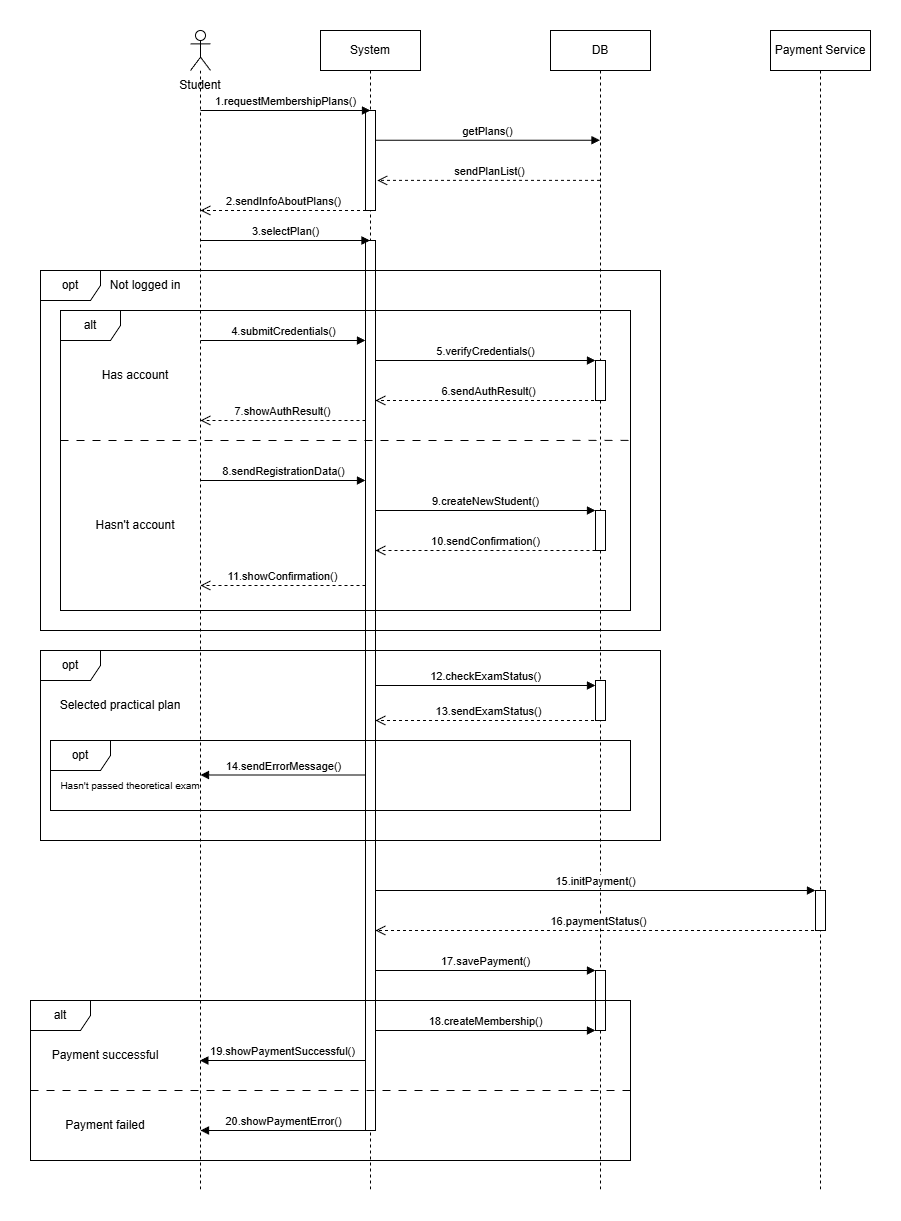
Earlier version of the draw.io export Lab 3/Sequence diagram.png (KyryloBB/Software-engineering-components). Source tidied: cells renumbered, new cells last; positions are measured from the earlier drawing's top-left corner, leaving out a move shared by most shapes.
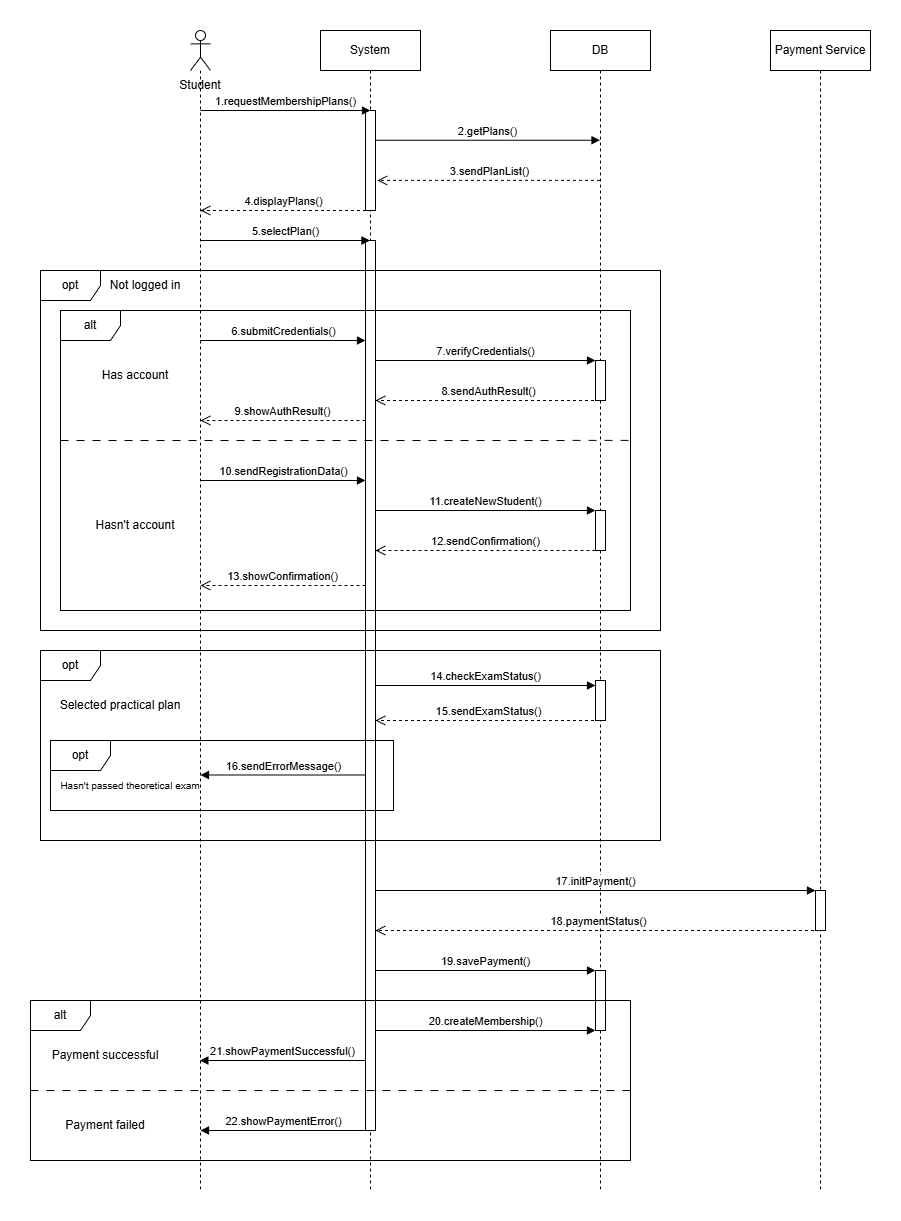
Above is the later version.

Commit message:
arranged sequence diagram

Diff of the diagram source:
```diff
@@ -38,13 +38,13 @@
         </Array>
       </mxGeometry>
     </mxCell>
-    <mxCell id="12" value="2.sendInfoAboutPlans()" style="html=1;verticalAlign=bottom;endArrow=open;dashed=1;endSize=8;curved=0;rounded=0;" parent="1" edge="1">
+    <mxCell id="12" value="4.displayPlans()" style="html=1;verticalAlign=bottom;endArrow=open;dashed=1;endSize=8;curved=0;rounded=0;" parent="1" edge="1">
       <mxGeometry relative="1" as="geometry">
         <mxPoint x="335.5" y="180" as="sourcePoint" />
         <mxPoint x="170" y="180" as="targetPoint" />
       </mxGeometry>
     </mxCell>
-    <mxCell id="13" value="3.selectPlan()" style="html=1;verticalAlign=bottom;endArrow=block;curved=0;rounded=0;" parent="1" edge="1">
+    <mxCell id="13" value="5.selectPlan()" style="html=1;verticalAlign=bottom;endArrow=block;curved=0;rounded=0;" parent="1" edge="1">
       <mxGeometry relative="1" as="geometry">
         <mxPoint x="170" y="210" as="sourcePoint" />
         <mxPoint x="339.5" y="210" as="targetPoint" />
@@ -65,7 +65,7 @@
     <mxCell id="18" value="Has account" style="text;html=1;whiteSpace=wrap;strokeColor=none;fillColor=none;align=center;verticalAlign=middle;rounded=0;" parent="1" vertex="1">
       <mxGeometry x="60" y="330" width="90" height="30" as="geometry" />
     </mxCell>
-    <mxCell id="19" value="4.submitCredentials()" style="html=1;verticalAlign=bottom;endArrow=block;curved=0;rounded=0;" parent="1" edge="1" target="5">
+    <mxCell id="19" value="6.submitCredentials()" style="html=1;verticalAlign=bottom;endArrow=block;curved=0;rounded=0;" parent="1" edge="1" target="5">
       <mxGeometry relative="1" as="geometry">
         <mxPoint x="170" y="310" as="sourcePoint" />
         <Array as="points">
@@ -73,7 +73,7 @@
         </Array>
       </mxGeometry>
     </mxCell>
-    <mxCell id="20" value="5.verifyCredentials()" style="html=1;verticalAlign=bottom;endArrow=block;curved=0;rounded=0;" parent="1" edge="1" source="5">
+    <mxCell id="20" value="7.verifyCredentials()" style="html=1;verticalAlign=bottom;endArrow=block;curved=0;rounded=0;" parent="1" edge="1" source="5">
       <mxGeometry relative="1" as="geometry">
         <mxPoint x="565" y="330" as="targetPoint" />
         <Array as="points">
@@ -81,7 +81,7 @@
         </Array>
       </mxGeometry>
     </mxCell>
-    <mxCell id="21" value="6.sendAuthResult()" style="html=1;verticalAlign=bottom;endArrow=open;dashed=1;endSize=8;curved=0;rounded=0;" parent="1" edge="1" target="5">
+    <mxCell id="21" value="8.sendAuthResult()" style="html=1;verticalAlign=bottom;endArrow=open;dashed=1;endSize=8;curved=0;rounded=0;" parent="1" edge="1" target="5">
       <mxGeometry relative="1" as="geometry">
         <mxPoint x="569.5" y="370" as="sourcePoint" />
         <Array as="points">
@@ -97,22 +97,22 @@
         </Array>
       </mxGeometry>
     </mxCell>
-    <mxCell id="23" value="8.sendRegistrationData()" style="html=1;verticalAlign=bottom;endArrow=block;curved=0;rounded=0;" parent="1" edge="1" target="5">
+    <mxCell id="23" value="10.sendRegistrationData()" style="html=1;verticalAlign=bottom;endArrow=block;curved=0;rounded=0;" parent="1" edge="1" target="5">
       <mxGeometry relative="1" as="geometry">
         <mxPoint x="170" y="450" as="sourcePoint" />
       </mxGeometry>
     </mxCell>
-    <mxCell id="24" value="10.sendConfirmation()" style="html=1;verticalAlign=bottom;endArrow=open;dashed=1;endSize=8;curved=0;rounded=0;" parent="1" edge="1" target="5">
+    <mxCell id="24" value="12.sendConfirmation()" style="html=1;verticalAlign=bottom;endArrow=open;dashed=1;endSize=8;curved=0;rounded=0;" parent="1" edge="1" target="5">
       <mxGeometry relative="1" as="geometry">
         <mxPoint x="565" y="520" as="sourcePoint" />
       </mxGeometry>
     </mxCell>
-    <mxCell id="25" value="7.showAuthResult()" style="html=1;verticalAlign=bottom;endArrow=open;dashed=1;endSize=8;curved=0;rounded=0;" parent="1" edge="1" source="5">
+    <mxCell id="25" value="9.showAuthResult()" style="html=1;verticalAlign=bottom;endArrow=open;dashed=1;endSize=8;curved=0;rounded=0;" parent="1" edge="1" source="5">
       <mxGeometry relative="1" as="geometry">
         <mxPoint x="170" y="390" as="targetPoint" />
       </mxGeometry>
     </mxCell>
-    <mxCell id="26" value="11.showConfirmation()" style="html=1;verticalAlign=bottom;endArrow=open;dashed=1;endSize=8;curved=0;rounded=0;" parent="1" edge="1" source="5">
+    <mxCell id="26" value="13.showConfirmation()" style="html=1;verticalAlign=bottom;endArrow=open;dashed=1;endSize=8;curved=0;rounded=0;" parent="1" edge="1" source="5">
       <mxGeometry relative="1" as="geometry">
         <mxPoint x="170" y="555" as="targetPoint" />
         <Array as="points">
@@ -129,10 +129,10 @@
     <mxCell id="29" value="Selected practical plan" style="text;html=1;whiteSpace=wrap;strokeColor=none;fillColor=none;align=center;verticalAlign=middle;rounded=0;" parent="1" vertex="1">
       <mxGeometry x="20" y="660" width="140" height="30" as="geometry" />
     </mxCell>
-    <mxCell id="30" value="12.checkExamStatus()" style="html=1;verticalAlign=bottom;endArrow=block;curved=0;rounded=0;" parent="1" edge="1" source="5" target="46">
+    <mxCell id="30" value="14.checkExamStatus()" style="html=1;verticalAlign=bottom;endArrow=block;curved=0;rounded=0;" parent="1" edge="1" source="5" target="46">
       <mxGeometry relative="1" as="geometry" />
     </mxCell>
-    <mxCell id="31" value="13.sendExamStatus()" style="html=1;verticalAlign=bottom;endArrow=open;dashed=1;endSize=8;curved=0;rounded=0;" parent="1" edge="1" target="5">
+    <mxCell id="31" value="15.sendExamStatus()" style="html=1;verticalAlign=bottom;endArrow=open;dashed=1;endSize=8;curved=0;rounded=0;" parent="1" edge="1" target="5">
       <mxGeometry relative="1" as="geometry">
         <mxPoint x="569.5" y="690" as="sourcePoint" />
       </mxGeometry>
@@ -140,15 +140,15 @@
     <mxCell id="32" value="&lt;font&gt;Hasn't passed theoretical exam&lt;/font&gt;" style="text;html=1;whiteSpace=wrap;strokeColor=none;fillColor=none;align=center;verticalAlign=middle;rounded=0;fontSize=10;" parent="1" vertex="1">
       <mxGeometry x="20" y="740" width="160" height="30" as="geometry" />
     </mxCell>
-    <mxCell id="33" value="15.initPayment()" style="html=1;verticalAlign=bottom;endArrow=block;curved=0;rounded=0;" parent="1" edge="1" source="5" target="7">
+    <mxCell id="33" value="17.initPayment()" style="html=1;verticalAlign=bottom;endArrow=block;curved=0;rounded=0;" parent="1" edge="1" source="5" target="7">
       <mxGeometry relative="1" as="geometry" />
     </mxCell>
-    <mxCell id="34" value="16.paymentStatus()" style="html=1;verticalAlign=bottom;endArrow=open;dashed=1;endSize=8;curved=0;rounded=0;" parent="1" edge="1" target="5">
+    <mxCell id="34" value="18.paymentStatus()" style="html=1;verticalAlign=bottom;endArrow=open;dashed=1;endSize=8;curved=0;rounded=0;" parent="1" edge="1" target="5">
       <mxGeometry relative="1" as="geometry">
         <mxPoint x="789.5" y="900" as="sourcePoint" />
       </mxGeometry>
     </mxCell>
-    <mxCell id="35" value="17.savePayment()" style="html=1;verticalAlign=bottom;endArrow=block;curved=0;rounded=0;" parent="1" edge="1" target="9">
+    <mxCell id="35" value="19.savePayment()" style="html=1;verticalAlign=bottom;endArrow=block;curved=0;rounded=0;" parent="1" edge="1" target="9">
       <mxGeometry relative="1" as="geometry">
         <mxPoint x="345" y="940" as="sourcePoint" />
       </mxGeometry>
@@ -156,17 +156,14 @@
     <mxCell id="36" value="alt" style="shape=umlFrame;whiteSpace=wrap;html=1;" parent="1" vertex="1">
       <mxGeometry y="970" width="600" height="160" as="geometry" />
     </mxCell>
-    <mxCell id="37" value="18.createMembership()" style="html=1;verticalAlign=bottom;endArrow=block;curved=0;rounded=0;" parent="1" edge="1" source="5">
+    <mxCell id="37" value="20.createMembership()" style="html=1;verticalAlign=bottom;endArrow=block;curved=0;rounded=0;" parent="1" edge="1" source="5">
       <mxGeometry relative="1" as="geometry">
         <mxPoint x="565" y="1000" as="targetPoint" />
       </mxGeometry>
     </mxCell>
-    <mxCell id="38" value="19.showPaymentSuccessful()" style="html=1;verticalAlign=bottom;endArrow=none;curved=0;rounded=0;startArrow=block;startFill=1;endFill=0;" parent="1" edge="1" target="5">
+    <mxCell id="38" value="21.showPaymentSuccessful()" style="html=1;verticalAlign=bottom;endArrow=none;curved=0;rounded=0;startArrow=block;startFill=1;endFill=0;" parent="1" edge="1" target="5">
       <mxGeometry relative="1" as="geometry">
         <mxPoint x="169.3" y="1030" as="sourcePoint" />
-        <Array as="points">
-          <mxPoint x="230" y="1030" />
-        </Array>
       </mxGeometry>
     </mxCell>
     <mxCell id="39" style="endArrow=none;dashed=1;html=1;rounded=0;startSize=6;jumpSize=6;dashPattern=8 8;" parent="1" edge="1">
@@ -178,7 +175,7 @@
         </Array>
       </mxGeometry>
     </mxCell>
-    <mxCell id="40" value="20.showPaymentError()" style="html=1;verticalAlign=bottom;endArrow=none;curved=0;rounded=0;startArrow=block;startFill=1;endFill=0;" parent="1" edge="1">
+    <mxCell id="40" value="22.showPaymentError()" style="html=1;verticalAlign=bottom;endArrow=none;curved=0;rounded=0;startArrow=block;startFill=1;endFill=0;" parent="1" edge="1">
       <mxGeometry relative="1" as="geometry">
         <mxPoint x="170" y="1100" as="sourcePoint" />
         <mxPoint x="335" y="1100" as="targetPoint" />
@@ -196,7 +193,7 @@
     <mxCell id="44" style="html=1;perimeter=orthogonalPerimeter;targetShapes=umlLifeline;newEdgeStyle={&quot;curved&quot;:0,&quot;rounded&quot;:0};" parent="1" vertex="1">
       <mxGeometry x="565" y="480" width="10" height="40" as="geometry" />
     </mxCell>
-    <mxCell id="45" value="9.createNewStudent()" style="html=1;verticalAlign=bottom;endArrow=block;curved=0;rounded=0;" parent="1" edge="1">
+    <mxCell id="45" value="11.createNewStudent()" style="html=1;verticalAlign=bottom;endArrow=block;curved=0;rounded=0;" parent="1" edge="1">
       <mxGeometry relative="1" as="geometry">
         <mxPoint x="345" y="480" as="sourcePoint" />
         <mxPoint x="565" y="480" as="targetPoint" />
@@ -205,19 +202,19 @@
     <mxCell id="46" style="html=1;points=[[0,0,0,0,5],[0,1,0,0,-5],[1,0,0,0,5],[1,1,0,0,-5]];perimeter=orthogonalPerimeter;outlineConnect=0;targetShapes=umlLifeline;portConstraint=eastwest;newEdgeStyle={&quot;curved&quot;:0,&quot;rounded&quot;:0};" parent="1" vertex="1">
       <mxGeometry x="565" y="650" width="10" height="40" as="geometry" />
     </mxCell>
-    <mxCell id="47" value="getPlans()" style="html=1;verticalAlign=bottom;endArrow=block;curved=0;rounded=0;exitX=0.951;exitY=0.297;exitDx=0;exitDy=0;exitPerimeter=0;" parent="1" edge="1" source="4" target="8">
+    <mxCell id="47" value="2.getPlans()" style="html=1;verticalAlign=bottom;endArrow=block;curved=0;rounded=0;exitX=0.951;exitY=0.297;exitDx=0;exitDy=0;exitPerimeter=0;" parent="1" edge="1" source="4" target="8">
       <mxGeometry relative="1" as="geometry" />
     </mxCell>
-    <mxCell id="48" value="sendPlanList()" style="html=1;verticalAlign=bottom;endArrow=open;dashed=1;endSize=8;curved=0;rounded=0;entryX=1.18;entryY=0.699;entryDx=0;entryDy=0;entryPerimeter=0;" parent="1" edge="1" source="8" target="4">
+    <mxCell id="48" value="3.sendPlanList()" style="html=1;verticalAlign=bottom;endArrow=open;dashed=1;endSize=8;curved=0;rounded=0;entryX=1.18;entryY=0.699;entryDx=0;entryDy=0;entryPerimeter=0;" parent="1" edge="1" source="8" target="4">
       <mxGeometry relative="1" as="geometry" />
     </mxCell>
-    <mxCell id="49" value="14.sendErrorMessage()" style="html=1;verticalAlign=bottom;endArrow=none;curved=0;rounded=0;startArrow=block;startFill=1;endFill=0;" parent="1" edge="1" target="5">
+    <mxCell id="49" value="16.sendErrorMessage()" style="html=1;verticalAlign=bottom;endArrow=none;curved=0;rounded=0;startArrow=block;startFill=1;endFill=0;" parent="1" edge="1" target="5">
       <mxGeometry relative="1" as="geometry">
         <mxPoint x="170" y="744.5" as="sourcePoint" />
       </mxGeometry>
     </mxCell>
     <mxCell id="50" value="opt" style="shape=umlFrame;whiteSpace=wrap;html=1;" parent="1" vertex="1">
-      <mxGeometry x="20" y="710" width="580" height="70" as="geometry" />
+      <mxGeometry x="20" y="710" width="343" height="70" as="geometry" />
     </mxCell>
   </root>
 </mxGraphModel>
```
